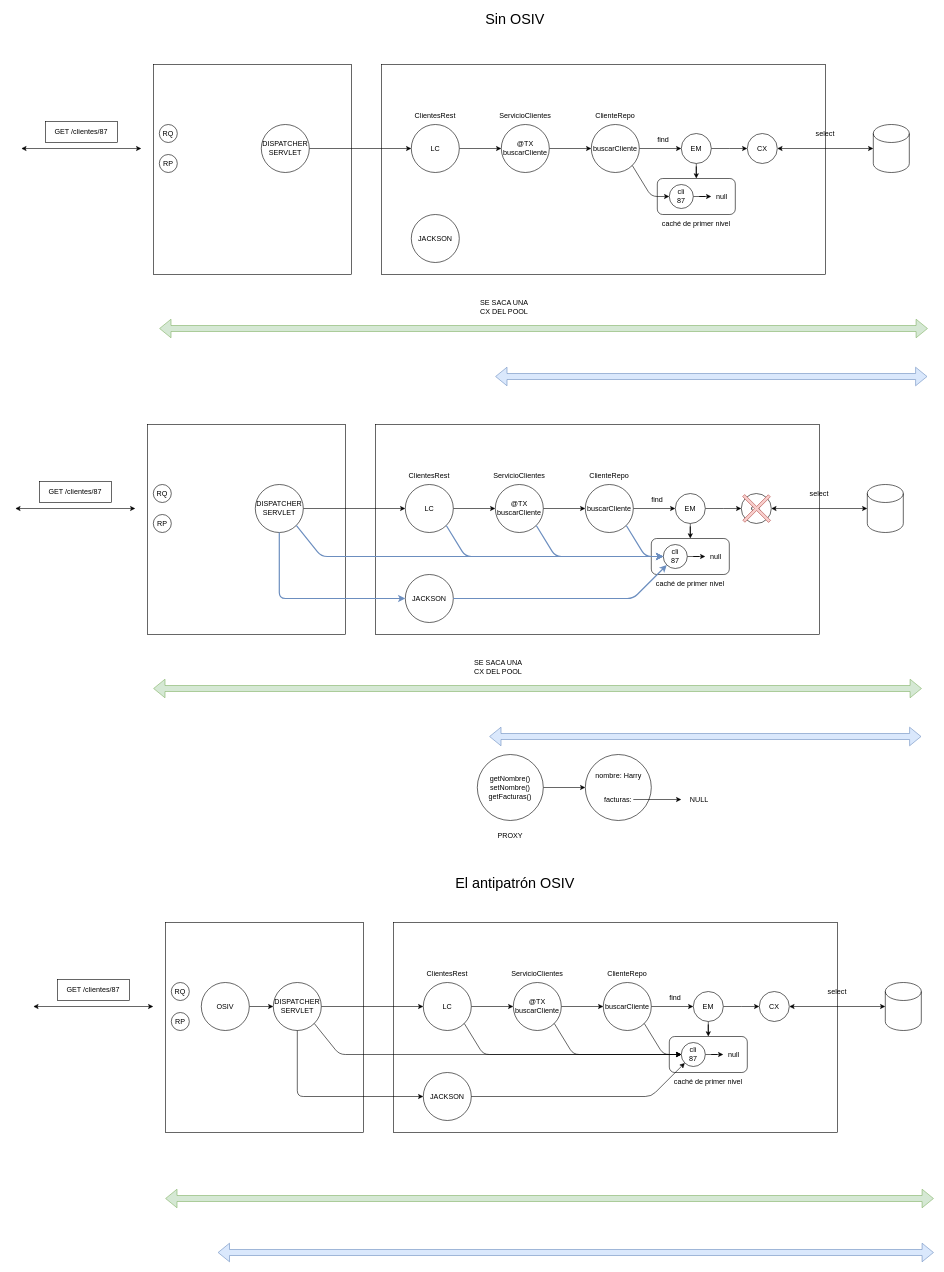
Earlier version of the draw.io diagram page "Página-29" (29 of 33) of diagramas.drawio (lrag/java2025). Source tidied: cells renumbered, new cells numbered last; positions are measured from the earlier drawing's top-left corner, leaving out a move shared by most shapes. Both pictures are drawn from the tidied source at 60%, with x=0, y=0 at pixel (15, 10).
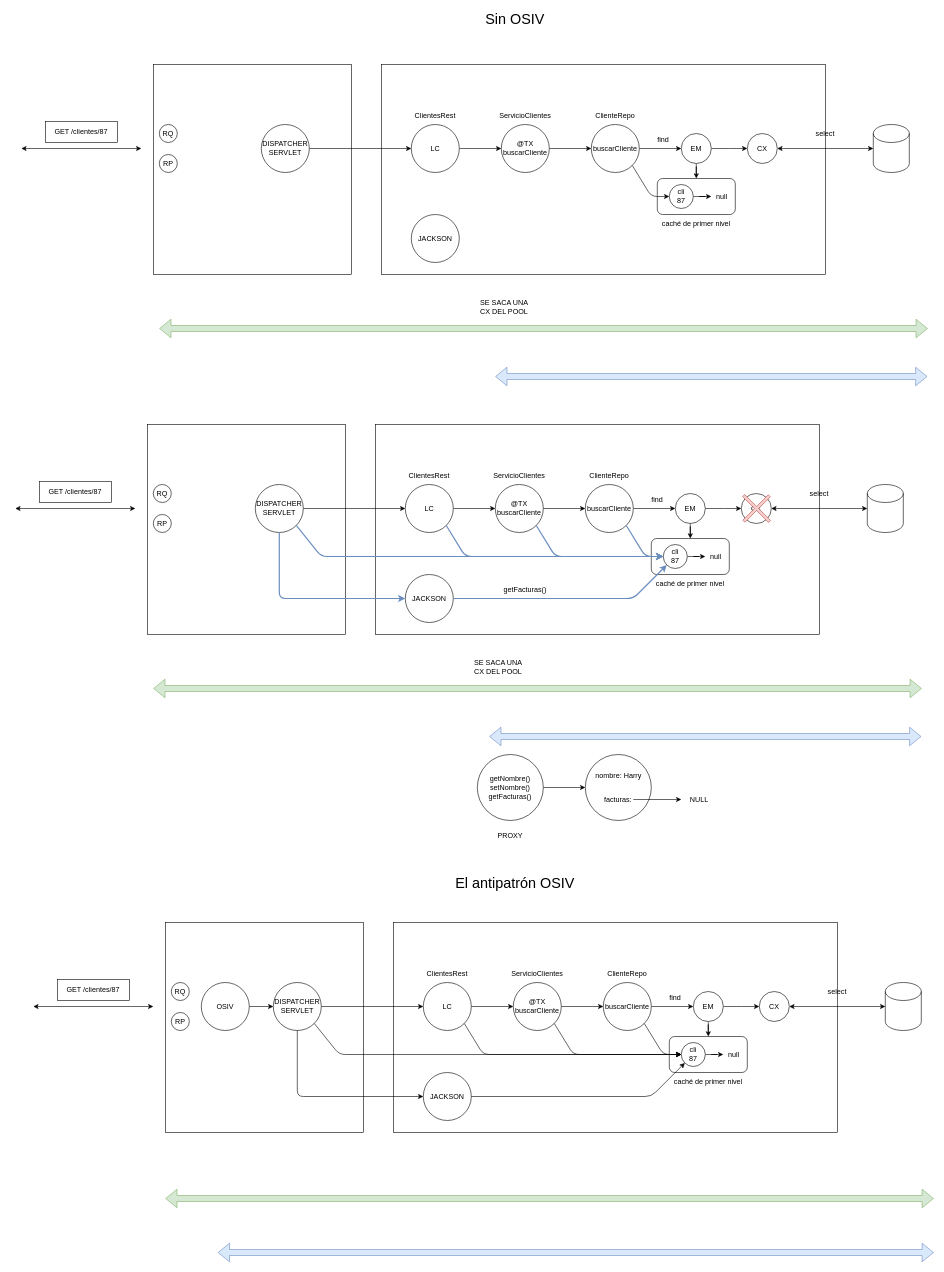
The same page after the edit.

What changed in the source:
```diff
@@
+    <mxCell id="129" value="getFacturas()" style="text;html=1;strokeColor=none;fillColor=none;align=center;verticalAlign=middle;whiteSpace=wrap;rounded=0;fontSize=12;" parent="1" vertex="1">
+      <mxGeometry x="820" y="950" width="60" height="30" as="geometry" />
+    </mxCell>
```
